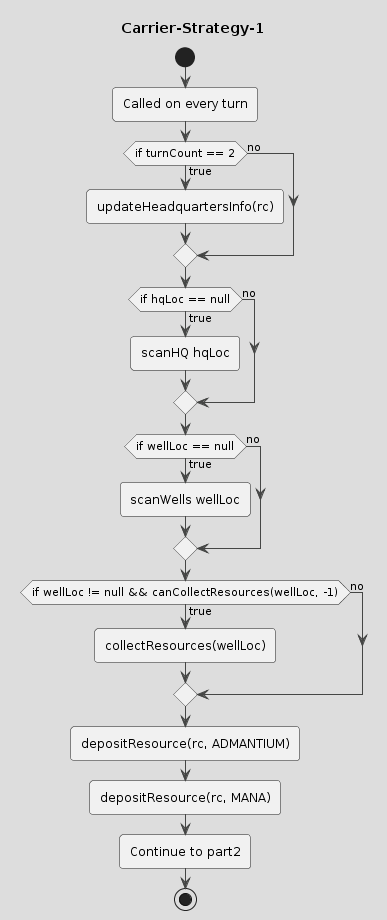
Above: drawings/Carrier-Strategy-1a.png in coding-to-music/plantuml-diagram-examples (PlantUML), before the change. The source it was exported from:
```plantuml
@startuml Carrier-Strategy-1a
!theme toy
title Carrier-Strategy-1
start

:Called on every turn;

if (if turnCount == 2) then (true)
    :updateHeadquartersInfo(rc);
else (no)
endif

if (if hqLoc == null) then (true)
    :scanHQ hqLoc;
else (no)
endif

if (if wellLoc == null) then (true)
    :scanWells wellLoc;
else (no)
endif

if (if wellLoc != null && canCollectResources(wellLoc, -1)) then (true)
    :collectResources(wellLoc);
else (no)
endif

:depositResource(rc, ADMANTIUM);

:depositResource(rc, MANA);

:Continue to part2;
stop
@enduml
```
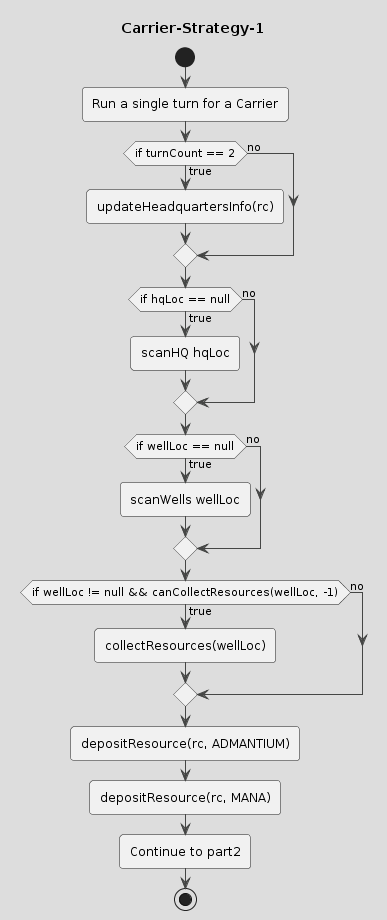
After the change.

Diff of the diagram source:
```diff
@@ -3,7 +3,7 @@
 title Carrier-Strategy-1
 start
 
-:Called on every turn;
+:Run a single turn for a Carrier;
 
 if (if turnCount == 2) then (true)
     :updateHeadquartersInfo(rc);
```
